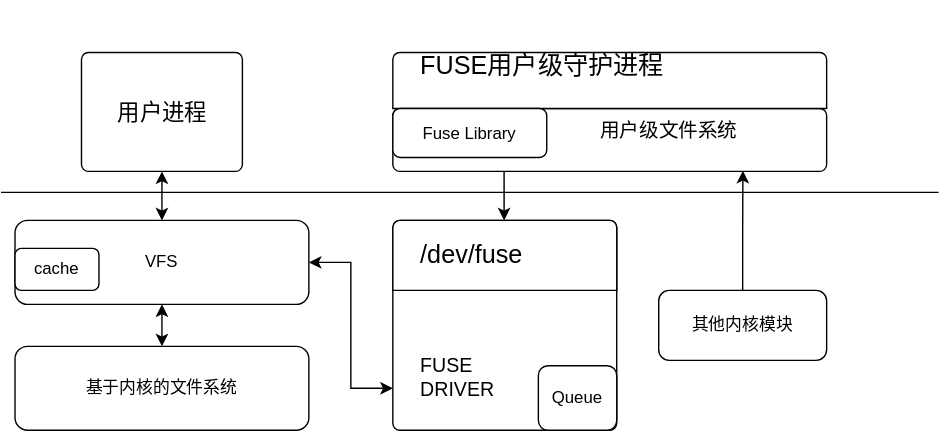
Above: 未命名绘图.drawio.svg in 493520280/blog-img (draw.io), before the change. Source tidied: cells renumbered, new cells last; positions are measured from the earlier drawing's top-left corner, leaving out a move shared by most shapes.
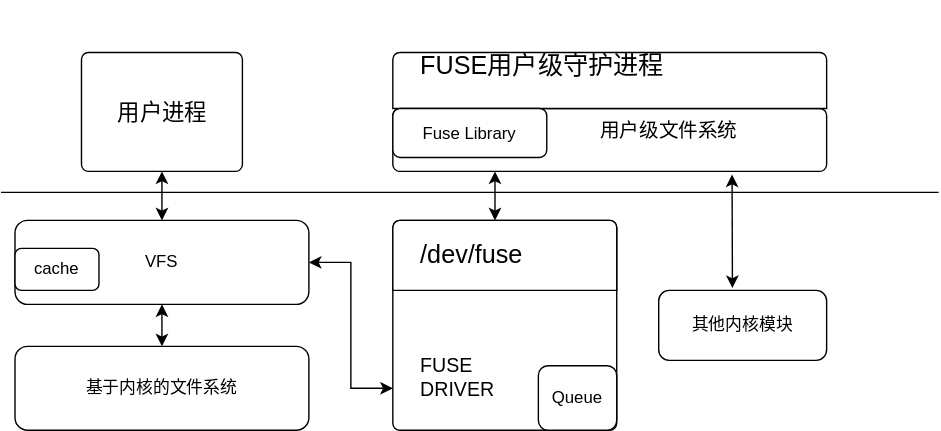
Later version of the same file.

Commit message:
更新未命名绘图.drawio.svg

What changed in the source:
```diff
@@ -44,14 +44,6 @@
     <mxCell id="12" value="Queue" style="rounded=1;whiteSpace=wrap;html=1;" parent="10" vertex="1">
       <mxGeometry x="104" y="103.8" width="56" height="46.2" as="geometry" />
     </mxCell>
-    <mxCell id="13" style="endArrow=classic;startArrow=classic;html=1;rounded=0;exitX=0.497;exitY=0;exitDx=0;exitDy=0;exitPerimeter=0;" parent="1" edge="1" source="11">
-      <mxGeometry relative="1" as="geometry">
-        <mxPoint x="359.5" y="65" as="targetPoint" />
-      </mxGeometry>
-    </mxCell>
-    <mxCell id="14" style="edgeStyle=orthogonalEdgeStyle;rounded=0;jettySize=auto;html=1;entryX=0.807;entryY=0.989;entryDx=0;entryDy=0;entryPerimeter=0;" parent="1" edge="1" source="15" target="16">
-      <mxGeometry relative="1" as="geometry" />
-    </mxCell>
     <mxCell id="15" value="其他内核模块" style="rounded=1;whiteSpace=wrap;html=1;" parent="1" vertex="1">
       <mxGeometry x="470" y="170" width="120" height="50" as="geometry" />
     </mxCell>
@@ -66,5 +58,14 @@
     <mxCell id="18" value="Fuse Library" style="rounded=1;whiteSpace=wrap;html=1;" parent="1" vertex="1">
       <mxGeometry x="280" y="40" width="110" height="35" as="geometry" />
     </mxCell>
+    <mxCell id="19" style="endArrow=classic;startArrow=classic;html=1;rounded=0;" parent="1" edge="1">
+      <mxGeometry relative="1" as="geometry">
+        <mxPoint x="353" y="120" as="sourcePoint" />
+        <mxPoint x="353" y="85" as="targetPoint" />
+      </mxGeometry>
+    </mxCell>
+    <mxCell id="14" style="endArrow=classic;startArrow=classic;html=1;rounded=0;entryX=0.782;entryY=1.049;entryDx=0;entryDy=0;entryPerimeter=0;exitX=0.439;exitY=-0.033;exitDx=0;exitDy=0;exitPerimeter=0;" parent="1" edge="1" source="15" target="16">
+      <mxGeometry relative="1" as="geometry" />
+    </mxCell>
   </root>
 </mxGraphModel>
```
